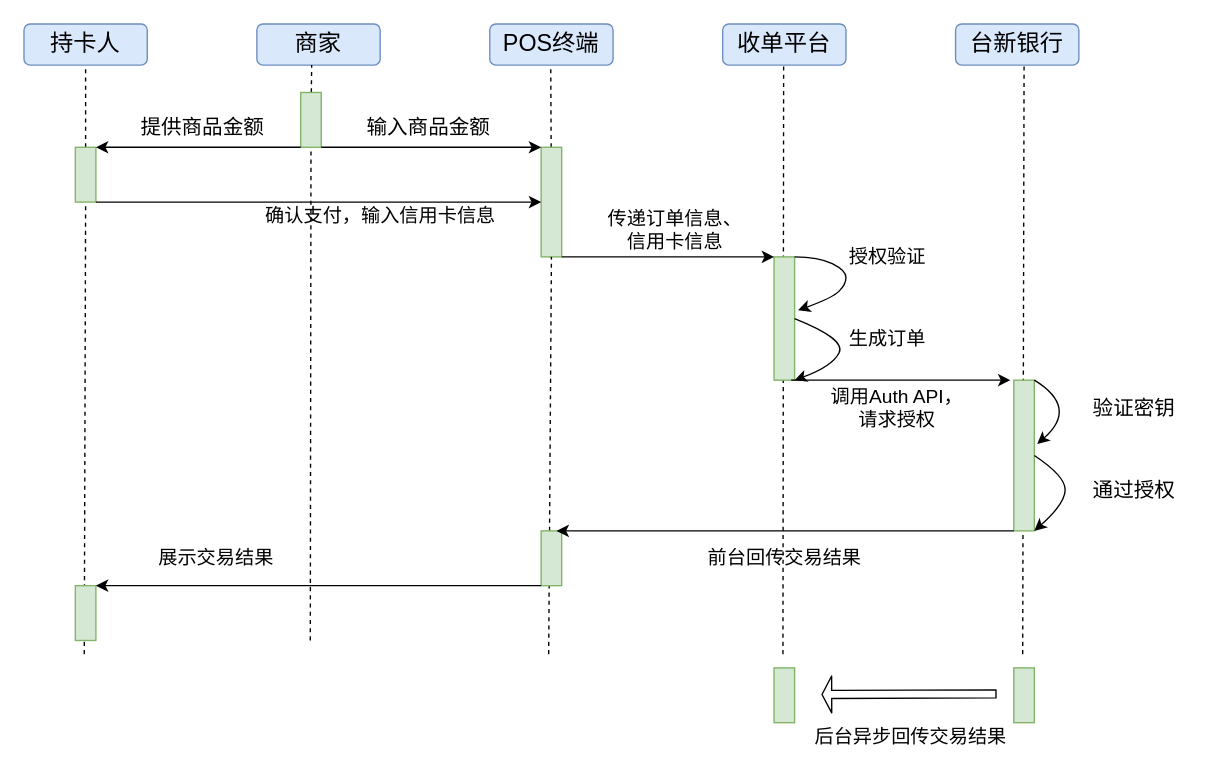
MarkYongfengZheng/WFT keeps this draw.io diagram as 台新银行--信用卡转账.drawio. Above is the earlier version. Source tidied: cells renumbered, new cells numbered last; positions are measured from the earlier drawing's top-left corner, leaving out a move shared by most shapes. Both pictures are drawn from the tidied source at 137%, with x=0, y=0 at pixel (23, 23).
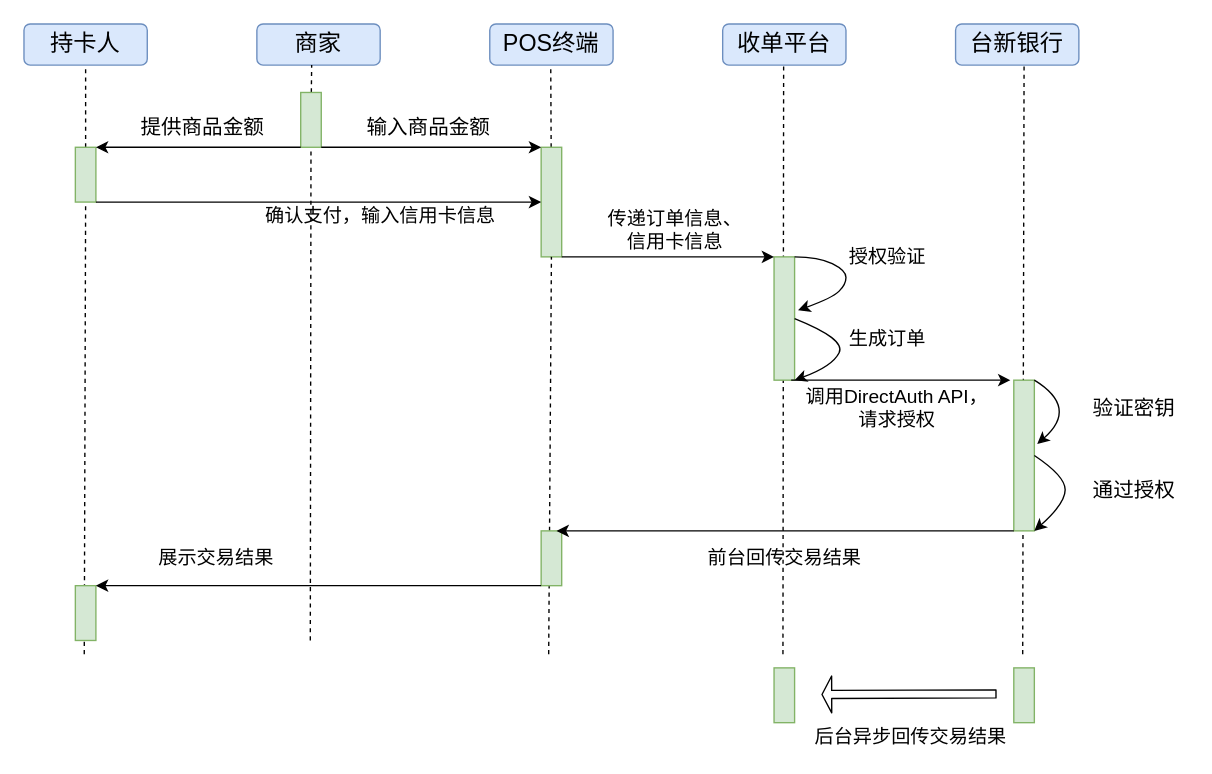
The same diagram, later.

Commit message (it also covers changes not shown here):
Update 台新银行--信用卡转账.drawio

What changed in the source:
```diff
@@
-    <mxCell id="30" value="&lt;div&gt;调用Auth API，&lt;/div&gt;&lt;div&gt;请求授权&lt;/div&gt;" style="text;html=1;align=center;verticalAlign=middle;fontSize=14;" parent="1" vertex="1">
-      <mxGeometry x="582" y="260" width="110" height="40" as="geometry" />
+    <mxCell id="30" value="&lt;div&gt;调用DirectAuth API，&lt;/div&gt;&lt;div&gt;请求授权&lt;/div&gt;" style="text;html=1;align=center;verticalAlign=middle;fontSize=14;" parent="1" vertex="1">
+      <mxGeometry x="562" y="260" width="150" height="40" as="geometry" />
     </mxCell>
```
